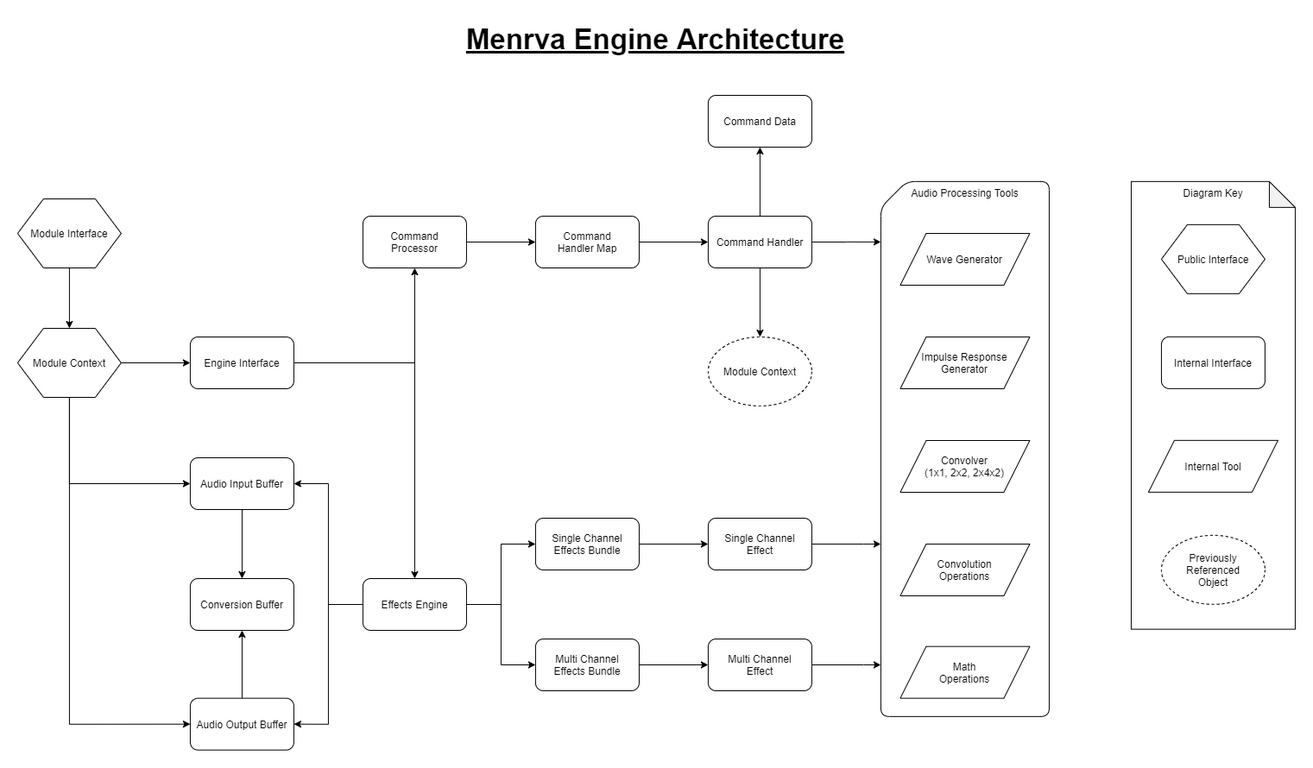
Before: docs/EngineArchitecture.png, a diagram exported from draw.io (Jman420/menrva). Source tidied: cells renumbered, new cells last; positions are measured from the earlier drawing's top-left corner, leaving out a move shared by most shapes.
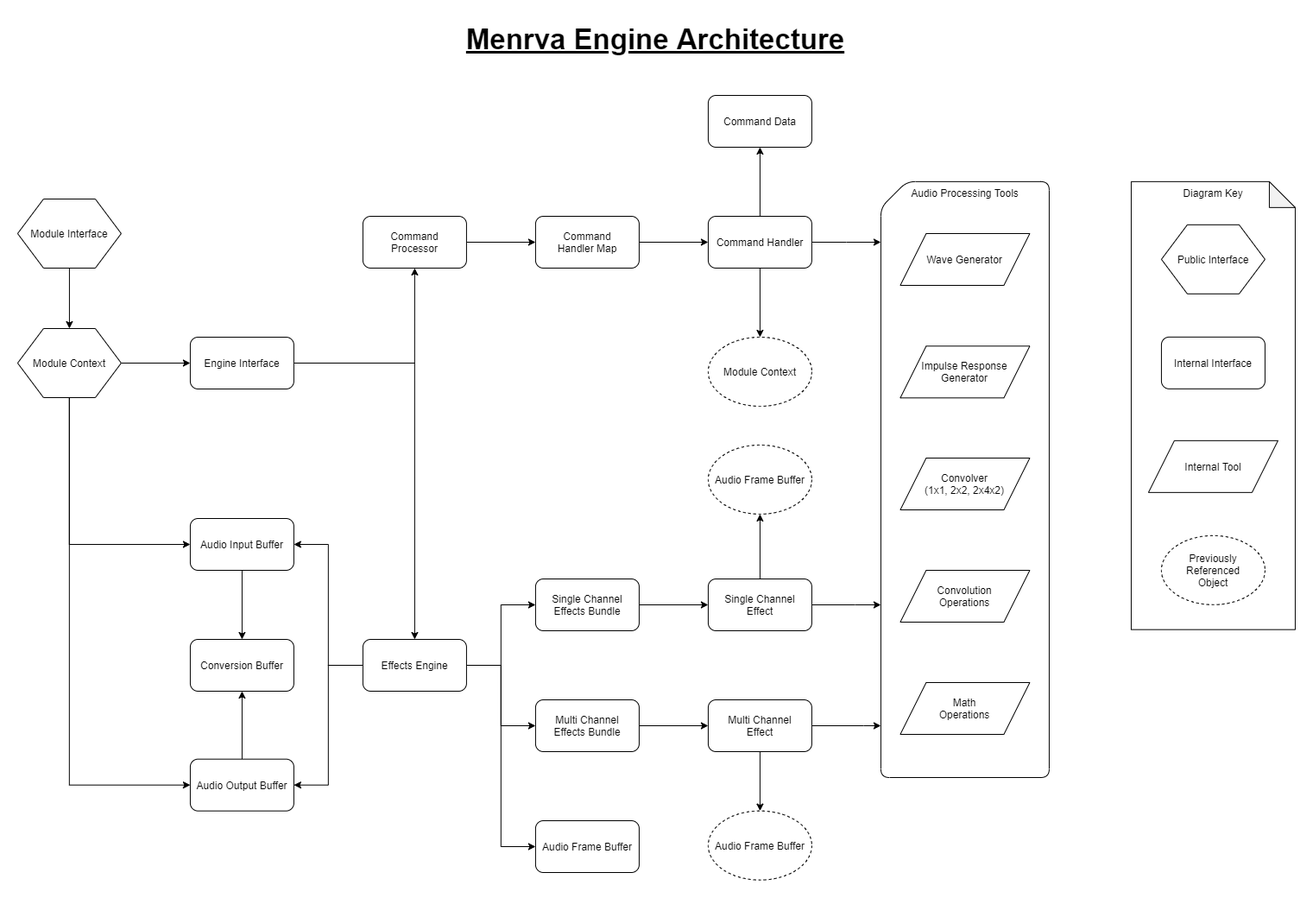
The same file after the commit.

Commit message:
Update Engine Architecture Diagram

What changed in the source:
```diff
@@ -3,7 +3,7 @@
     <mxCell id="0" />
     <mxCell id="1" parent="0" />
     <mxCell id="2" value="Audio Processing Tools" style="shape=card;whiteSpace=wrap;html=1;rounded=1;verticalAlign=top;" parent="1" vertex="1">
-      <mxGeometry x="999.9" y="189.9" width="195" height="620" as="geometry" />
+      <mxGeometry x="999.9" y="189.8" width="195" height="690.1" as="geometry" />
     </mxCell>
     <mxCell id="3" style="edgeStyle=orthogonalEdgeStyle;rounded=0;jettySize=auto;html=1;entryX=0.5;entryY=0;entryDx=0;entryDy=0;" parent="1" edge="1" source="5" target="10">
       <mxGeometry relative="1" as="geometry" />
@@ -26,8 +26,11 @@
     <mxCell id="9" style="edgeStyle=orthogonalEdgeStyle;rounded=0;jettySize=auto;html=1;entryX=0;entryY=0.5;entryDx=0;entryDy=0;" parent="1" edge="1" source="10" target="23">
       <mxGeometry relative="1" as="geometry" />
     </mxCell>
+    <mxCell id="51" style="edgeStyle=orthogonalEdgeStyle;rounded=0;jettySize=auto;html=1;entryX=0;entryY=0.5;entryDx=0;entryDy=0;" parent="1" edge="1" source="10" target="54">
+      <mxGeometry relative="1" as="geometry" />
+    </mxCell>
     <mxCell id="10" value="Effects Engine" style="rounded=1;whiteSpace=wrap;html=1;" parent="1" vertex="1">
-      <mxGeometry x="399.9" y="650" width="120" height="60" as="geometry" />
+      <mxGeometry x="399.9" y="720" width="120" height="60" as="geometry" />
     </mxCell>
     <mxCell id="11" style="edgeStyle=orthogonalEdgeStyle;rounded=0;jettySize=auto;html=1;entryX=0;entryY=0.5;entryDx=0;entryDy=0;" parent="1" edge="1" source="12" target="18">
       <mxGeometry relative="1" as="geometry" />
@@ -44,12 +47,17 @@
     <mxCell id="15" style="edgeStyle=orthogonalEdgeStyle;rounded=0;jettySize=auto;html=1;" parent="1" edge="1" source="18" target="19">
       <mxGeometry relative="1" as="geometry" />
     </mxCell>
+    <mxCell id="17" style="edgeStyle=orthogonalEdgeStyle;rounded=0;jettySize=auto;html=1;" parent="1" edge="1" source="18" target="48">
+      <mxGeometry relative="1" as="geometry" />
+    </mxCell>
-    <mxCell id="16" style="edgeStyle=orthogonalEdgeStyle;rounded=0;jettySize=auto;html=1;entryX=0;entryY=0.113;entryDx=0;entryDy=0;entryPerimeter=0;" parent="1" edge="1" source="18" target="2">
-      <mxGeometry relative="1" as="geometry" />
+    <mxCell id="16" style="edgeStyle=orthogonalEdgeStyle;rounded=0;jettySize=auto;html=1;" parent="1" edge="1" source="18" target="2">
+      <mxGeometry relative="1" as="geometry">
+        <Array as="points">
+          <mxPoint x="960" y="260" />
+          <mxPoint x="960" y="260" />
+        </Array>
+      </mxGeometry>
     </mxCell>
-    <mxCell id="17" style="edgeStyle=orthogonalEdgeStyle;rounded=0;jettySize=auto;html=1;" parent="1" edge="1" source="18" target="48">
-      <mxGeometry relative="1" as="geometry" />
-    </mxCell>
     <mxCell id="18" value="Command Handler" style="rounded=1;whiteSpace=wrap;html=1;" parent="1" vertex="1">
       <mxGeometry x="799.9" y="230" width="120" height="60" as="geometry" />
     </mxCell>
@@ -60,62 +68,68 @@
       <mxGeometry relative="1" as="geometry" />
     </mxCell>
     <mxCell id="21" value="Single Channel Effects Bundle" style="rounded=1;whiteSpace=wrap;html=1;" parent="1" vertex="1">
-      <mxGeometry x="599.9" y="580" width="120" height="60" as="geometry" />
+      <mxGeometry x="599.9" y="650" width="120" height="60" as="geometry" />
     </mxCell>
     <mxCell id="22" style="edgeStyle=orthogonalEdgeStyle;rounded=0;jettySize=auto;html=1;" parent="1" edge="1" source="23" target="27">
       <mxGeometry relative="1" as="geometry" />
     </mxCell>
     <mxCell id="23" value="Multi Channel&lt;br&gt;Effects Bundle" style="rounded=1;whiteSpace=wrap;html=1;" parent="1" vertex="1">
-      <mxGeometry x="599.9" y="720" width="120" height="60" as="geometry" />
+      <mxGeometry x="599.9" y="790" width="120" height="60" as="geometry" />
     </mxCell>
+    <mxCell id="52" style="edgeStyle=orthogonalEdgeStyle;rounded=0;jettySize=auto;html=1;" parent="1" edge="1" source="25" target="55">
+      <mxGeometry relative="1" as="geometry" />
+    </mxCell>
     <mxCell id="24" style="edgeStyle=orthogonalEdgeStyle;rounded=0;jettySize=auto;html=1;" parent="1" edge="1" source="25" target="2">
       <mxGeometry relative="1" as="geometry">
         <Array as="points">
-          <mxPoint x="979.9" y="610" />
-          <mxPoint x="979.9" y="610" />
+          <mxPoint x="970" y="680" />
+          <mxPoint x="970" y="680" />
         </Array>
       </mxGeometry>
     </mxCell>
     <mxCell id="25" value="Single Channel&lt;br&gt;Effect" style="rounded=1;whiteSpace=wrap;html=1;" parent="1" vertex="1">
-      <mxGeometry x="799.9" y="580" width="120" height="60" as="geometry" />
+      <mxGeometry x="799.9" y="650" width="120" height="60" as="geometry" />
     </mxCell>
+    <mxCell id="53" style="edgeStyle=orthogonalEdgeStyle;rounded=0;jettySize=auto;html=1;" parent="1" edge="1" source="27" target="56">
+      <mxGeometry relative="1" as="geometry" />
+    </mxCell>
     <mxCell id="26" style="edgeStyle=orthogonalEdgeStyle;rounded=0;jettySize=auto;html=1;" parent="1" edge="1" source="27" target="2">
       <mxGeometry relative="1" as="geometry">
         <Array as="points">
-          <mxPoint x="979.9" y="750" />
-          <mxPoint x="979.9" y="750" />
+          <mxPoint x="980" y="820" />
+          <mxPoint x="980" y="820" />
         </Array>
       </mxGeometry>
     </mxCell>
     <mxCell id="27" value="Multi Channel&lt;br&gt;Effect" style="rounded=1;whiteSpace=wrap;html=1;" parent="1" vertex="1">
-      <mxGeometry x="799.9" y="720" width="120" height="60" as="geometry" />
+      <mxGeometry x="799.9" y="790" width="120" height="60" as="geometry" />
     </mxCell>
     <mxCell id="28" value="Convolver&lt;br&gt;(1x1, 2x2, 2x4x2)" style="shape=parallelogram;perimeter=parallelogramPerimeter;whiteSpace=wrap;html=1;" parent="1" vertex="1">
-      <mxGeometry x="1022.4" y="490" width="150" height="60" as="geometry" />
+      <mxGeometry x="1022.4" y="510" width="150" height="60" as="geometry" />
     </mxCell>
     <mxCell id="29" style="edgeStyle=orthogonalEdgeStyle;rounded=0;jettySize=auto;html=1;" parent="1" edge="1" source="30" target="34">
       <mxGeometry relative="1" as="geometry" />
     </mxCell>
     <mxCell id="30" value="Audio Input Buffer" style="rounded=1;whiteSpace=wrap;html=1;" parent="1" vertex="1">
-      <mxGeometry x="199.9" y="510" width="120" height="60" as="geometry" />
+      <mxGeometry x="199.9" y="580" width="120" height="60" as="geometry" />
     </mxCell>
     <mxCell id="31" value="Impulse Response Generator" style="shape=parallelogram;perimeter=parallelogramPerimeter;whiteSpace=wrap;html=1;" parent="1" vertex="1">
-      <mxGeometry x="1022.4" y="370" width="150" height="60" as="geometry" />
+      <mxGeometry x="1022.4" y="380.3" width="150" height="60" as="geometry" />
     </mxCell>
     <mxCell id="32" style="edgeStyle=orthogonalEdgeStyle;rounded=0;jettySize=auto;html=1;" parent="1" edge="1" source="33" target="34">
       <mxGeometry relative="1" as="geometry" />
     </mxCell>
     <mxCell id="33" value="Audio Output Buffer" style="rounded=1;whiteSpace=wrap;html=1;" parent="1" vertex="1">
-      <mxGeometry x="199.9" y="788.7" width="120" height="60" as="geometry" />
+      <mxGeometry x="199.9" y="858.7" width="120" height="60" as="geometry" />
     </mxCell>
     <mxCell id="34" value="Conversion Buffer" style="rounded=1;whiteSpace=wrap;html=1;" parent="1" vertex="1">
-      <mxGeometry x="199.9" y="650" width="120" height="60" as="geometry" />
+      <mxGeometry x="199.9" y="720" width="120" height="60" as="geometry" />
     </mxCell>
     <mxCell id="35" value="Convolution&lt;br&gt;&lt;span style=&quot;color: rgba(0 , 0 , 0 , 0) ; font-family: monospace ; font-size: 0px ; white-space: nowrap&quot;&gt;%3CmxGraphModel%3E%3Croot%3E%3CmxCell%20id%3D%220%22%2F%3E%3CmxCell%20id%3D%221%22%20parent%3D%220%22%2F%3E%3CmxCell%20id%3D%222%22%20value%3D%22Convolver%26lt%3Bbr%26gt%3B(1x1%2C%202x2%2C%202x4x2)%22%20style%3D%22shape%3Dparallelogram%3Bperimeter%3DparallelogramPerimeter%3BwhiteSpace%3Dwrap%3Bhtml%3D1%3B%22%20vertex%3D%221%22%20parent%3D%221%22%3E%3CmxGeometry%20x%3D%221062.5%22%20y%3D%22310%22%20width%3D%22150%22%20height%3D%2260%22%20as%3D%22geometry%22%2F%3E%3C%2FmxCell%3E%3C%2Froot%3E%3C%2FmxGraphModel%3E&lt;/span&gt;Operations" style="shape=parallelogram;perimeter=parallelogramPerimeter;whiteSpace=wrap;html=1;" parent="1" vertex="1">
-      <mxGeometry x="1022.4" y="610" width="150" height="60" as="geometry" />
+      <mxGeometry x="1022.4" y="640" width="150" height="60" as="geometry" />
     </mxCell>
     <mxCell id="36" value="Math&lt;br&gt;&lt;span style=&quot;color: rgba(0 , 0 , 0 , 0) ; font-family: monospace ; font-size: 0px ; white-space: nowrap&quot;&gt;%3CmxGraphModel%3E%3Croot%3E%3CmxCell%20id%3D%220%22%2F%3E%3CmxCell%20id%3D%221%22%20parent%3D%220%22%2F%3E%3CmxCell%20id%3D%222%22%20value%3D%22Convolver%26lt%3Bbr%26gt%3B(1x1%2C%202x2%2C%202x4x2)%22%20style%3D%22shape%3Dparallelogram%3Bperimeter%3DparallelogramPerimeter%3BwhiteSpace%3Dwrap%3Bhtml%3D1%3B%22%20vertex%3D%221%22%20parent%3D%221%22%3E%3CmxGeometry%20x%3D%221062.5%22%20y%3D%22310%22%20width%3D%22150%22%20height%3D%2260%22%20as%3D%22geometry%22%2F%3E%3C%2FmxCell%3E%3C%2Froot%3E%3C%2FmxGraphModel%3E&lt;/span&gt;Operations" style="shape=parallelogram;perimeter=parallelogramPerimeter;whiteSpace=wrap;html=1;" parent="1" vertex="1">
-      <mxGeometry x="1022.4" y="728.7" width="150" height="60" as="geometry" />
+      <mxGeometry x="1022.4" y="770" width="150" height="60" as="geometry" />
     </mxCell>
     <mxCell id="37" value="Wave Generator" style="shape=parallelogram;perimeter=parallelogramPerimeter;whiteSpace=wrap;html=1;" parent="1" vertex="1">
       <mxGeometry x="1022.4" y="250" width="150" height="60" as="geometry" />
@@ -132,14 +146,14 @@
     <mxCell id="41" style="edgeStyle=orthogonalEdgeStyle;rounded=0;jettySize=auto;html=1;entryX=0;entryY=0.5;entryDx=0;entryDy=0;" parent="1" edge="1" source="43" target="30">
       <mxGeometry relative="1" as="geometry">
         <Array as="points">
-          <mxPoint x="59.9" y="540" />
+          <mxPoint x="60" y="610" />
         </Array>
       </mxGeometry>
     </mxCell>
     <mxCell id="42" style="edgeStyle=orthogonalEdgeStyle;rounded=0;jettySize=auto;html=1;entryX=0;entryY=0.5;entryDx=0;entryDy=0;" parent="1" edge="1" source="43" target="33">
       <mxGeometry relative="1" as="geometry">
         <Array as="points">
-          <mxPoint x="59.9" y="819" />
+          <mxPoint x="60" y="889" />
         </Array>
       </mxGeometry>
     </mxCell>
@@ -167,5 +181,14 @@
     <mxCell id="50" value="Menrva Engine Architecture" style="text;html=1;strokeColor=none;fillColor=none;align=center;verticalAlign=middle;whiteSpace=wrap;rounded=0;fontSize=33;fontStyle=5;" parent="1" vertex="1">
       <mxGeometry x="413.8" width="650" height="50" as="geometry" />
     </mxCell>
+    <mxCell id="54" value="Audio Frame Buffer" style="rounded=1;whiteSpace=wrap;html=1;" parent="1" vertex="1">
+      <mxGeometry x="599.9" y="930" width="120" height="60" as="geometry" />
+    </mxCell>
+    <mxCell id="55" value="Audio Frame Buffer" style="ellipse;whiteSpace=wrap;html=1;dashed=1;" parent="1" vertex="1">
+      <mxGeometry x="799.9" y="494.9" width="120" height="80" as="geometry" />
+    </mxCell>
+    <mxCell id="56" value="Audio Frame Buffer" style="ellipse;whiteSpace=wrap;html=1;dashed=1;" parent="1" vertex="1">
+      <mxGeometry x="799.9" y="918.7" width="120" height="80" as="geometry" />
+    </mxCell>
   </root>
 </mxGraphModel>
```
